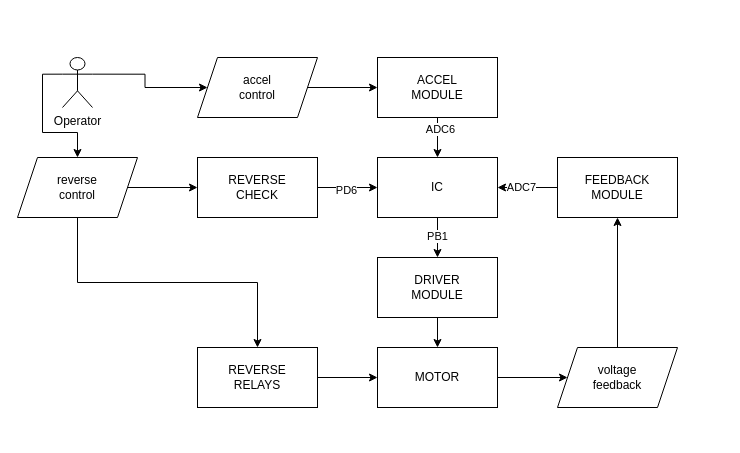
Earlier version of the draw.io diagram tracktor_modules.drawio (karetah/tr2022). Source tidied: cells renumbered, new cells numbered last; positions are measured from the earlier drawing's top-left corner, leaving out a move shared by most shapes. Both pictures are drawn from the tidied source at 100%, with x=0, y=0 at pixel (17, 57).
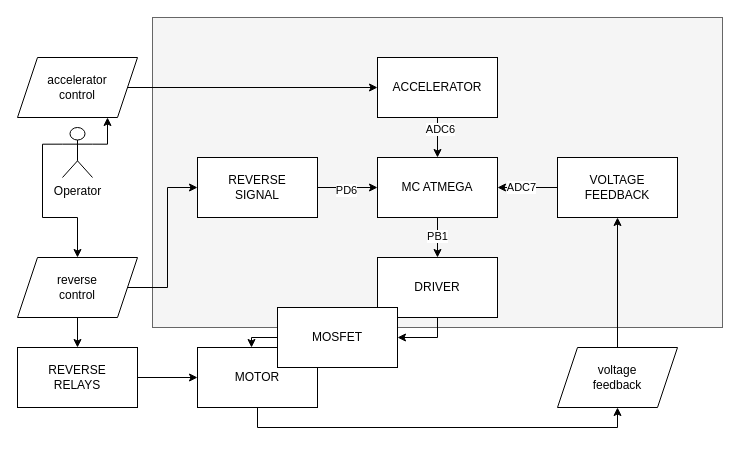
The same diagram, later.

The change refers to these unchanged cells:
```xml
<mxCell id="18" value="voltage&lt;br&gt;feedback" style="shape=parallelogram;perimeter=parallelogramPerimeter;whiteSpace=wrap;html=1;fixedSize=1;" parent="1" vertex="1">
  <mxGeometry x="540" y="290" width="120" height="60" as="geometry" />
</mxCell>
```

Diff of the diagram source:
```diff
@@
+    <mxCell id="30" style="rounded=0;whiteSpace=wrap;html=1;fillColor=#f5f5f5;fontColor=#333333;strokeColor=#666666;" parent="1" vertex="1">
+      <mxGeometry x="135" y="-40" width="570" height="310" as="geometry" />
+    </mxCell>
@@
-    <mxCell id="4" value="ACCEL&lt;br&gt;MODULE" style="rounded=0;whiteSpace=wrap;html=1;" parent="1" vertex="1">
+    <mxCell id="4" value="ACCELERATOR" style="rounded=0;whiteSpace=wrap;html=1;" parent="1" vertex="1">
       <mxGeometry x="360" width="120" height="60" as="geometry" />
     </mxCell>
@@
-    <mxCell id="7" value="IC" style="rounded=0;whiteSpace=wrap;html=1;" parent="1" vertex="1">
+    <mxCell id="7" value="MC ATMEGA" style="rounded=0;whiteSpace=wrap;html=1;" parent="1" vertex="1">
       <mxGeometry x="360" y="100" width="120" height="60" as="geometry" />
     </mxCell>
-    <mxCell id="8" style="edgeStyle=orthogonalEdgeStyle;rounded=0;jettySize=auto;html=1;exitX=0.5;exitY=1;exitDx=0;exitDy=0;entryX=0.5;entryY=0;entryDx=0;entryDy=0;" parent="1" edge="1" source="9" target="11">
+    <mxCell id="8" style="edgeStyle=orthogonalEdgeStyle;rounded=0;jettySize=auto;html=1;exitX=0.5;exitY=1;exitDx=0;exitDy=0;entryX=1;entryY=0.5;entryDx=0;entryDy=0;" parent="1" edge="1" source="9" target="32">
       <mxGeometry relative="1" as="geometry" />
     </mxCell>
-    <mxCell id="9" value="DRIVER&lt;br&gt;MODULE" style="rounded=0;whiteSpace=wrap;html=1;" parent="1" vertex="1">
+    <mxCell id="9" value="DRIVER" style="rounded=0;whiteSpace=wrap;html=1;" parent="1" vertex="1">
       <mxGeometry x="360" y="200" width="120" height="60" as="geometry" />
     </mxCell>
-    <mxCell id="10" style="edgeStyle=orthogonalEdgeStyle;rounded=0;jettySize=auto;html=1;exitX=1;exitY=0.5;exitDx=0;exitDy=0;" parent="1" edge="1" source="11" target="18">
+    <mxCell id="10" style="edgeStyle=orthogonalEdgeStyle;rounded=0;jettySize=auto;html=1;exitX=0.5;exitY=1;exitDx=0;exitDy=0;entryX=0.5;entryY=1;entryDx=0;entryDy=0;" parent="1" edge="1" source="11" target="18">
       <mxGeometry relative="1" as="geometry" />
     </mxCell>
     <mxCell id="11" value="MOTOR" style="rounded=0;whiteSpace=wrap;html=1;" parent="1" vertex="1">
-      <mxGeometry x="360" y="290" width="120" height="60" as="geometry" />
+      <mxGeometry x="180" y="290" width="120" height="60" as="geometry" />
     </mxCell>
@@
     <mxCell id="13" value="REVERSE&lt;br&gt;RELAYS" style="rounded=0;whiteSpace=wrap;html=1;" parent="1" vertex="1">
-      <mxGeometry x="180" y="290" width="120" height="60" as="geometry" />
+      <mxGeometry y="290" width="120" height="60" as="geometry" />
     </mxCell>
-    <mxCell id="14" style="edgeStyle=orthogonalEdgeStyle;rounded=0;jettySize=auto;html=1;exitX=1;exitY=0.3333333333333333;exitDx=0;exitDy=0;exitPerimeter=0;entryX=0;entryY=0.5;entryDx=0;entryDy=0;" parent="1" edge="1" source="16" target="26">
+    <mxCell id="14" style="edgeStyle=orthogonalEdgeStyle;rounded=0;jettySize=auto;html=1;exitX=1;exitY=0.3333333333333333;exitDx=0;exitDy=0;exitPerimeter=0;entryX=0.75;entryY=1;entryDx=0;entryDy=0;" parent="1" edge="1" source="16" target="26">
       <mxGeometry relative="1" as="geometry" />
     </mxCell>
@@
     <mxCell id="16" value="Operator" style="shape=umlActor;verticalLabelPosition=bottom;verticalAlign=top;html=1;outlineConnect=0;" parent="1" vertex="1">
-      <mxGeometry x="45" width="30" height="50" as="geometry" />
+      <mxGeometry x="45" y="70" width="30" height="50" as="geometry" />
     </mxCell>
@@
-    <mxCell id="21" value="FEEDBACK&lt;br&gt;MODULE" style="rounded=0;whiteSpace=wrap;html=1;" parent="1" vertex="1">
+    <mxCell id="21" value="VOLTAGE&lt;br&gt;FEEDBACK" style="rounded=0;whiteSpace=wrap;html=1;" parent="1" vertex="1">
       <mxGeometry x="540" y="100" width="120" height="60" as="geometry" />
     </mxCell>
@@
     <mxCell id="24" value="reverse&lt;br&gt;control" style="shape=parallelogram;perimeter=parallelogramPerimeter;whiteSpace=wrap;html=1;fixedSize=1;" parent="1" vertex="1">
-      <mxGeometry y="100" width="120" height="60" as="geometry" />
+      <mxGeometry y="200" width="120" height="60" as="geometry" />
     </mxCell>
@@
-    <mxCell id="26" value="accel&lt;br&gt;control" style="shape=parallelogram;perimeter=parallelogramPerimeter;whiteSpace=wrap;html=1;fixedSize=1;" parent="1" vertex="1">
-      <mxGeometry x="180" width="120" height="60" as="geometry" />
+    <mxCell id="26" value="accelerator&lt;br&gt;control" style="shape=parallelogram;perimeter=parallelogramPerimeter;whiteSpace=wrap;html=1;fixedSize=1;" parent="1" vertex="1">
+      <mxGeometry width="120" height="60" as="geometry" />
     </mxCell>
@@
-    <mxCell id="29" value="REVERSE&lt;br&gt;CHECK" style="rounded=0;whiteSpace=wrap;html=1;" parent="1" vertex="1">
+    <mxCell id="29" value="REVERSE&lt;br&gt;SIGNAL" style="rounded=0;whiteSpace=wrap;html=1;" parent="1" vertex="1">
       <mxGeometry x="180" y="100" width="120" height="60" as="geometry" />
     </mxCell>
+    <mxCell id="31" style="edgeStyle=orthogonalEdgeStyle;rounded=0;jettySize=auto;html=1;exitX=0;exitY=0.5;exitDx=0;exitDy=0;" parent="1" edge="1" source="32">
+      <mxGeometry relative="1" as="geometry">
+        <mxPoint x="234" y="290" as="targetPoint" />
+      </mxGeometry>
+    </mxCell>
+    <mxCell id="32" value="MOSFET" style="rounded=0;whiteSpace=wrap;html=1;" parent="1" vertex="1">
+      <mxGeometry x="260" y="250" width="120" height="60" as="geometry" />
+    </mxCell>
```
